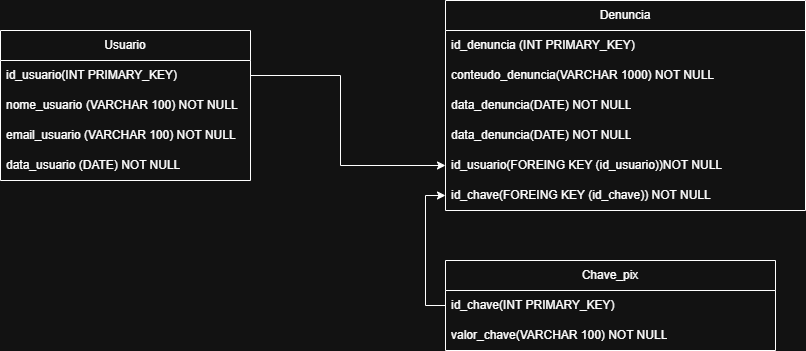
Earlier version of the draw.io export docs/Diagrama db Pix Shield.png (leonarddoamaral/Projeto-A3-Bradesco). Source tidied: cells renumbered, new cells last; positions are measured from the earlier drawing's top-left corner, leaving out a move shared by most shapes. Its diagram source:
```xml
<mxGraphModel>
  <root>
    <mxCell id="0" />
    <mxCell id="1" parent="0" />
    <mxCell id="2" value="Usuario" style="swimlane;fontStyle=0;horizontal=1;startSize=30;whiteSpace=wrap;html=1;" parent="1" vertex="1">
      <mxGeometry y="30" width="250" height="150" as="geometry" />
    </mxCell>
    <mxCell id="3" value="id_usuario(INT PRIMARY_KEY)" style="text;strokeColor=none;fillColor=none;align=left;verticalAlign=middle;spacingLeft=4;spacingRight=4;overflow=hidden;points=[[0,0.5],[1,0.5]];portConstraint=eastwest;whiteSpace=wrap;html=1;" parent="2" vertex="1">
      <mxGeometry y="30" width="250" height="30" as="geometry" />
    </mxCell>
    <mxCell id="4" value="nome_usuario&lt;span style=&quot;white-space: pre;&quot;&gt;&#9;&lt;/span&gt;(VARCHAR 100) NOT NULL" style="text;strokeColor=none;fillColor=none;align=left;verticalAlign=middle;spacingLeft=4;spacingRight=4;overflow=hidden;whiteSpace=wrap;html=1;" parent="2" vertex="1">
      <mxGeometry y="60" width="250" height="30" as="geometry" />
    </mxCell>
    <mxCell id="5" value="email_usuario (VARCHAR 100) NOT NULL" style="text;strokeColor=none;fillColor=none;align=left;verticalAlign=middle;spacingLeft=4;spacingRight=4;overflow=hidden;whiteSpace=wrap;html=1;" parent="2" vertex="1">
      <mxGeometry y="90" width="250" height="30" as="geometry" />
    </mxCell>
    <mxCell id="6" value="data_usuario (DATE) NOT NULL" style="text;strokeColor=none;fillColor=none;align=left;verticalAlign=middle;spacingLeft=4;spacingRight=4;overflow=hidden;whiteSpace=wrap;html=1;" parent="2" vertex="1">
      <mxGeometry y="120" width="250" height="30" as="geometry" />
    </mxCell>
    <mxCell id="7" value="Denuncia" style="swimlane;fontStyle=0;horizontal=1;startSize=30;whiteSpace=wrap;html=1;" parent="1" vertex="1">
      <mxGeometry x="445" width="360" height="210" as="geometry" />
    </mxCell>
    <mxCell id="8" value="id_denuncia (INT PRIMARY_KEY)" style="text;strokeColor=none;fillColor=none;align=left;verticalAlign=middle;spacingLeft=4;spacingRight=4;overflow=hidden;whiteSpace=wrap;html=1;" parent="7" vertex="1">
      <mxGeometry y="30" width="360" height="30" as="geometry" />
    </mxCell>
    <mxCell id="9" value="conteudo_denuncia(VARCHAR 1000) NOT NULL" style="text;strokeColor=none;fillColor=none;align=left;verticalAlign=middle;spacingLeft=4;spacingRight=4;overflow=hidden;whiteSpace=wrap;html=1;" parent="7" vertex="1">
      <mxGeometry y="60" width="360" height="30" as="geometry" />
    </mxCell>
    <mxCell id="10" value="data_denuncia(DATE) NOT NULL" style="text;strokeColor=none;fillColor=none;align=left;verticalAlign=middle;spacingLeft=4;spacingRight=4;overflow=hidden;whiteSpace=wrap;html=1;" parent="7" vertex="1">
      <mxGeometry y="90" width="360" height="30" as="geometry" />
    </mxCell>
    <mxCell id="11" value="data_denuncia(DATE) NOT NULL" style="text;strokeColor=none;fillColor=none;align=left;verticalAlign=middle;spacingLeft=4;spacingRight=4;overflow=hidden;whiteSpace=wrap;html=1;" parent="7" vertex="1">
      <mxGeometry y="120" width="360" height="30" as="geometry" />
    </mxCell>
    <mxCell id="12" value="id_usuario(FOREING KEY (id_usuario))NOT NULL&lt;span style=&quot;white-space: pre;&quot;&gt;&#9;&lt;/span&gt;" style="text;strokeColor=none;fillColor=none;align=left;verticalAlign=middle;spacingLeft=4;spacingRight=4;overflow=hidden;points=[[0,0.5],[1,0.5]];portConstraint=eastwest;whiteSpace=wrap;html=1;" parent="7" vertex="1">
      <mxGeometry y="150" width="360" height="30" as="geometry" />
    </mxCell>
    <mxCell id="13" value="id_chave(FOREING KEY (id_chave)) NOT NULL" style="text;strokeColor=none;fillColor=none;align=left;verticalAlign=middle;spacingLeft=4;spacingRight=4;overflow=hidden;points=[[0,0.5],[1,0.5]];portConstraint=eastwest;whiteSpace=wrap;html=1;" parent="7" vertex="1">
      <mxGeometry y="180" width="360" height="30" as="geometry" />
    </mxCell>
    <mxCell id="14" style="edgeStyle=orthogonalEdgeStyle;rounded=0;jettySize=auto;html=1;exitX=1;exitY=0.5;exitDx=0;exitDy=0;entryX=0;entryY=0.5;entryDx=0;entryDy=0;" parent="1" edge="1" source="3" target="12">
      <mxGeometry relative="1" as="geometry">
        <Array as="points">
          <mxPoint x="340" y="75" />
          <mxPoint x="340" y="165" />
        </Array>
      </mxGeometry>
    </mxCell>
    <mxCell id="15" value="Chave_pix" style="swimlane;fontStyle=0;horizontal=1;startSize=30;whiteSpace=wrap;html=1;" parent="1" vertex="1">
      <mxGeometry x="445" y="260" width="330" height="90" as="geometry" />
    </mxCell>
    <mxCell id="16" value="id_chave(INT PRIMARY_KEY)" style="text;strokeColor=none;fillColor=none;align=left;verticalAlign=middle;spacingLeft=4;spacingRight=4;overflow=hidden;points=[[0,0.5],[1,0.5]];portConstraint=eastwest;whiteSpace=wrap;html=1;" parent="15" vertex="1">
      <mxGeometry y="30" width="330" height="30" as="geometry" />
    </mxCell>
    <mxCell id="17" value="valor_chave(VARCHAR 100) NOT NULL" style="text;strokeColor=none;fillColor=none;align=left;verticalAlign=middle;spacingLeft=4;spacingRight=4;overflow=hidden;whiteSpace=wrap;html=1;" parent="15" vertex="1">
      <mxGeometry y="60" width="330" height="30" as="geometry" />
    </mxCell>
    <mxCell id="18" style="edgeStyle=orthogonalEdgeStyle;rounded=0;jettySize=auto;html=1;exitX=0;exitY=0.5;exitDx=0;exitDy=0;" parent="1" edge="1" source="16" target="13">
      <mxGeometry relative="1" as="geometry" />
    </mxCell>
  </root>
</mxGraphModel>
```
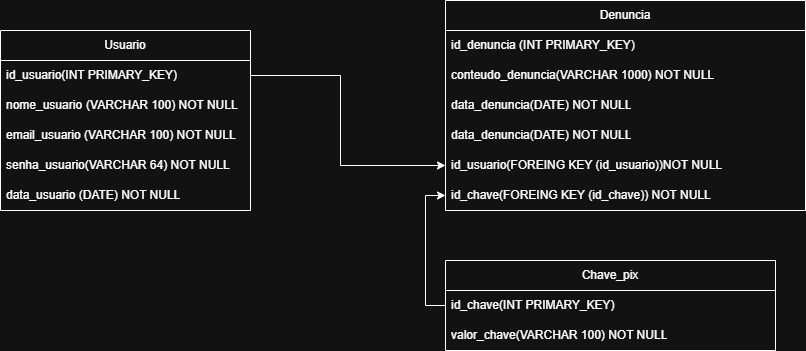
After the change.

Commit message:
Alteração diagrama de banco de dados

Inclusão da senha_usuario na tabela de usuario.

Diff of the diagram source:
```diff
@@ -3,7 +3,7 @@
     <mxCell id="0" />
     <mxCell id="1" parent="0" />
     <mxCell id="2" value="Usuario" style="swimlane;fontStyle=0;horizontal=1;startSize=30;whiteSpace=wrap;html=1;" parent="1" vertex="1">
-      <mxGeometry y="30" width="250" height="150" as="geometry" />
+      <mxGeometry y="30" width="250" height="180" as="geometry" />
     </mxCell>
     <mxCell id="3" value="id_usuario(INT PRIMARY_KEY)" style="text;strokeColor=none;fillColor=none;align=left;verticalAlign=middle;spacingLeft=4;spacingRight=4;overflow=hidden;points=[[0,0.5],[1,0.5]];portConstraint=eastwest;whiteSpace=wrap;html=1;" parent="2" vertex="1">
       <mxGeometry y="30" width="250" height="30" as="geometry" />
@@ -14,8 +14,11 @@
     <mxCell id="5" value="email_usuario (VARCHAR 100) NOT NULL" style="text;strokeColor=none;fillColor=none;align=left;verticalAlign=middle;spacingLeft=4;spacingRight=4;overflow=hidden;whiteSpace=wrap;html=1;" parent="2" vertex="1">
       <mxGeometry y="90" width="250" height="30" as="geometry" />
     </mxCell>
+    <mxCell id="19" value="senha_usuario(VARCHAR 64) NOT NULL" style="text;strokeColor=none;fillColor=none;align=left;verticalAlign=middle;spacingLeft=4;spacingRight=4;overflow=hidden;whiteSpace=wrap;html=1;" parent="2" vertex="1">
+      <mxGeometry y="120" width="250" height="30" as="geometry" />
+    </mxCell>
     <mxCell id="6" value="data_usuario (DATE) NOT NULL" style="text;strokeColor=none;fillColor=none;align=left;verticalAlign=middle;spacingLeft=4;spacingRight=4;overflow=hidden;whiteSpace=wrap;html=1;" parent="2" vertex="1">
-      <mxGeometry y="120" width="250" height="30" as="geometry" />
+      <mxGeometry y="150" width="250" height="30" as="geometry" />
     </mxCell>
     <mxCell id="7" value="Denuncia" style="swimlane;fontStyle=0;horizontal=1;startSize=30;whiteSpace=wrap;html=1;" parent="1" vertex="1">
       <mxGeometry x="445" width="360" height="210" as="geometry" />
```
